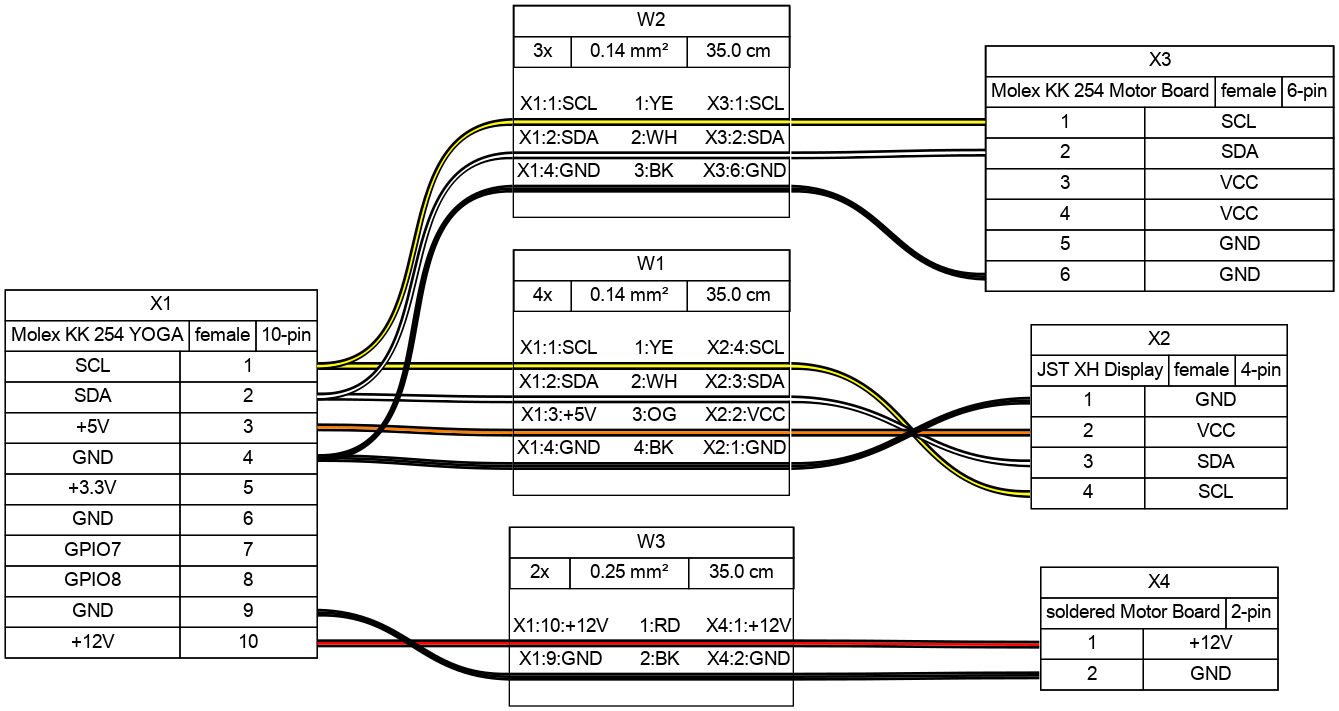
Earlier version of the Graphviz export YOGA_GPIB/Doc/expansion-conn.png (mschwingen/hardware). Its source is kept beside it as YOGA_GPIB/Doc/expansion-conn.gv. Its diagram source:
```dot
graph {
	graph [bgcolor="#FFFFFF" fontname=arial nodesep=0.33 rankdir=LR ranksep=2]
	node [fillcolor="#FFFFFF" fontname=arial height=0 margin=0 shape=none style=filled width=0]
	edge [fontname=arial style=bold]
	X1 [label=<
<table border="0" cellspacing="0" cellpadding="0">
 <tr><td>
  <table border="0" cellspacing="0" cellpadding="3" cellborder="1"><tr>
   <td balign="left">X1</td>
  </tr></table>
 </td></tr>
 <tr><td>
  <table border="0" cellspacing="0" cellpadding="3" cellborder="1"><tr>
   <td balign="left">Molex KK 254 YOGA</td>
   <td balign="left">female</td>
   <td balign="left">10-pin</td>
  </tr></table>
 </td></tr>
 <tr><td>
  <table border="0" cellspacing="0" cellpadding="3" cellborder="1">
   <tr>
    <td>SCL</td>
    <td port="p1r">1</td>
   </tr>
   <tr>
    <td>SDA</td>
    <td port="p2r">2</td>
   </tr>
   <tr>
    <td>+5V</td>
    <td port="p3r">3</td>
   </tr>
   <tr>
    <td>GND</td>
    <td port="p4r">4</td>
   </tr>
   <tr>
    <td>+3.3V</td>
    <td port="p5r">5</td>
   </tr>
   <tr>
    <td>GND</td>
    <td port="p6r">6</td>
   </tr>
   <tr>
    <td>GPIO7</td>
    <td port="p7r">7</td>
   </tr>
   <tr>
    <td>GPIO8</td>
    <td port="p8r">8</td>
   </tr>
   <tr>
    <td>GND</td>
    <td port="p9r">9</td>
   </tr>
   <tr>
    <td>+12V</td>
    <td port="p10r">10</td>
   </tr>
  </table>
 </td></tr>
</table>
> fillcolor="#FFFFFF" shape=box style=filled]
	X2 [label=<
<table border="0" cellspacing="0" cellpadding="0">
 <tr><td>
  <table border="0" cellspacing="0" cellpadding="3" cellborder="1"><tr>
   <td balign="left">X2</td>
  </tr></table>
 </td></tr>
 <tr><td>
  <table border="0" cellspacing="0" cellpadding="3" cellborder="1"><tr>
   <td balign="left">JST XH Display</td>
   <td balign="left">female</td>
   <td balign="left">4-pin</td>
  </tr></table>
 </td></tr>
 <tr><td>
  <table border="0" cellspacing="0" cellpadding="3" cellborder="1">
   <tr>
    <td port="p1l">1</td>
    <td>GND</td>
   </tr>
   <tr>
    <td port="p2l">2</td>
    <td>VCC</td>
   </tr>
   <tr>
    <td port="p3l">3</td>
    <td>SDA</td>
   </tr>
   <tr>
    <td port="p4l">4</td>
    <td>SCL</td>
   </tr>
  </table>
 </td></tr>
</table>
> fillcolor="#FFFFFF" shape=box style=filled]
	X3 [label=<
<table border="0" cellspacing="0" cellpadding="0">
 <tr><td>
  <table border="0" cellspacing="0" cellpadding="3" cellborder="1"><tr>
   <td balign="left">X3</td>
  </tr></table>
 </td></tr>
 <tr><td>
  <table border="0" cellspacing="0" cellpadding="3" cellborder="1"><tr>
   <td balign="left">Molex KK 254 Motor Board</td>
   <td balign="left">female</td>
   <td balign="left">6-pin</td>
  </tr></table>
 </td></tr>
 <tr><td>
  <table border="0" cellspacing="0" cellpadding="3" cellborder="1">
   <tr>
    <td port="p1l">1</td>
    <td>SCL</td>
   </tr>
   <tr>
    <td port="p2l">2</td>
    <td>SDA</td>
   </tr>
   <tr>
    <td port="p3l">3</td>
    <td>VCC</td>
   </tr>
   <tr>
    <td port="p4l">4</td>
    <td>VCC</td>
   </tr>
   <tr>
    <td port="p5l">5</td>
    <td>GND</td>
   </tr>
   <tr>
    <td port="p6l">6</td>
    <td>GND</td>
   </tr>
  </table>
 </td></tr>
</table>
> fillcolor="#FFFFFF" shape=box style=filled]
	X4 [label=<
<table border="0" cellspacing="0" cellpadding="0">
 <tr><td>
  <table border="0" cellspacing="0" cellpadding="3" cellborder="1"><tr>
   <td balign="left">X4</td>
  </tr></table>
 </td></tr>
 <tr><td>
  <table border="0" cellspacing="0" cellpadding="3" cellborder="1"><tr>
   <td balign="left">soldered Motor Board</td>
   <td balign="left">2-pin</td>
  </tr></table>
 </td></tr>
 <tr><td>
  <table border="0" cellspacing="0" cellpadding="3" cellborder="1">
   <tr>
    <td port="p1l">1</td>
    <td>+12V</td>
   </tr>
   <tr>
    <td port="p2l">2</td>
    <td>GND</td>
   </tr>
  </table>
 </td></tr>
</table>
> fillcolor="#FFFFFF" shape=box style=filled]
	edge [color="#000000:#ffff00:#000000"]
	X1:p1r:e -- W1:w1:w
	W1:w1:e -- X2:p4l:w
	edge [color="#000000:#ffffff:#000000"]
	X1:p2r:e -- W1:w2:w
	W1:w2:e -- X2:p3l:w
	edge [color="#000000:#ff8000:#000000"]
	X1:p3r:e -- W1:w3:w
	W1:w3:e -- X2:p2l:w
	edge [color="#000000:#000000:#000000"]
	X1:p4r:e -- W1:w4:w
	W1:w4:e -- X2:p1l:w
	W1 [label=<
<table border="0" cellspacing="0" cellpadding="0">
 <tr><td>
  <table border="0" cellspacing="0" cellpadding="3" cellborder="1"><tr>
   <td balign="left">W1</td>
  </tr></table>
 </td></tr>
 <tr><td>
  <table border="0" cellspacing="0" cellpadding="3" cellborder="1"><tr>
   <td balign="left">4x</td>
   <td balign="left">0.14 mm²</td>
   <td balign="left">35.0 cm</td>
  </tr></table>
 </td></tr>
 <tr><td>
  <table border="0" cellspacing="0" cellborder="0">
   <tr><td>&nbsp;</td></tr>
   <tr>
    <td>X1:1:SCL</td>
    <td>
     1:YE
    </td>
    <td>X2:4:SCL</td>
   </tr>
   <tr>
    <td colspan="3" border="0" cellspacing="0" cellpadding="0" port="w1" height="6">
     <table cellspacing="0" cellborder="0" border="0">
      <tr><td colspan="3" cellpadding="0" height="2" bgcolor="#000000" border="0"></td></tr>
      <tr><td colspan="3" cellpadding="0" height="2" bgcolor="#ffff00" border="0"></td></tr>
      <tr><td colspan="3" cellpadding="0" height="2" bgcolor="#000000" border="0"></td></tr>
     </table>
    </td>
   </tr>
   <tr>
    <td>X1:2:SDA</td>
    <td>
     2:WH
    </td>
    <td>X2:3:SDA</td>
   </tr>
   <tr>
    <td colspan="3" border="0" cellspacing="0" cellpadding="0" port="w2" height="6">
     <table cellspacing="0" cellborder="0" border="0">
      <tr><td colspan="3" cellpadding="0" height="2" bgcolor="#000000" border="0"></td></tr>
      <tr><td colspan="3" cellpadding="0" height="2" bgcolor="#ffffff" border="0"></td></tr>
      <tr><td colspan="3" cellpadding="0" height="2" bgcolor="#000000" border="0"></td></tr>
     </table>
    </td>
   </tr>
   <tr>
    <td>X1:3:+5V</td>
    <td>
     3:OG
    </td>
    <td>X2:2:VCC</td>
   </tr>
   <tr>
    <td colspan="3" border="0" cellspacing="0" cellpadding="0" port="w3" height="6">
     <table cellspacing="0" cellborder="0" border="0">
      <tr><td colspan="3" cellpadding="0" height="2" bgcolor="#000000" border="0"></td></tr>
      <tr><td colspan="3" cellpadding="0" height="2" bgcolor="#ff8000" border="0"></td></tr>
      <tr><td colspan="3" cellpadding="0" height="2" bgcolor="#000000" border="0"></td></tr>
     </table>
    </td>
   </tr>
   <tr>
    <td>X1:4:GND</td>
    <td>
     4:BK
    </td>
    <td>X2:1:GND</td>
   </tr>
   <tr>
    <td colspan="3" border="0" cellspacing="0" cellpadding="0" port="w4" height="6">
     <table cellspacing="0" cellborder="0" border="0">
      <tr><td colspan="3" cellpadding="0" height="2" bgcolor="#000000" border="0"></td></tr>
      <tr><td colspan="3" cellpadding="0" height="2" bgcolor="#000000" border="0"></td></tr>
      <tr><td colspan="3" cellpadding="0" height="2" bgcolor="#000000" border="0"></td></tr>
     </table>
    </td>
   </tr>
   <tr><td>&nbsp;</td></tr>
  </table>
 </td></tr>
</table>
> fillcolor="#FFFFFF" shape=box style=filled]
	edge [color="#000000:#ffff00:#000000"]
	X1:p1r:e -- W2:w1:w
	W2:w1:e -- X3:p1l:w
	edge [color="#000000:#ffffff:#000000"]
	X1:p2r:e -- W2:w2:w
	W2:w2:e -- X3:p2l:w
	edge [color="#000000:#000000:#000000"]
	X1:p4r:e -- W2:w3:w
	W2:w3:e -- X3:p6l:w
	W2 [label=<
<table border="0" cellspacing="0" cellpadding="0">
 <tr><td>
  <table border="0" cellspacing="0" cellpadding="3" cellborder="1"><tr>
   <td balign="left">W2</td>
  </tr></table>
 </td></tr>
 <tr><td>
  <table border="0" cellspacing="0" cellpadding="3" cellborder="1"><tr>
   <td balign="left">3x</td>
   <td balign="left">0.14 mm²</td>
   <td balign="left">35.0 cm</td>
  </tr></table>
 </td></tr>
 <tr><td>
  <table border="0" cellspacing="0" cellborder="0">
   <tr><td>&nbsp;</td></tr>
   <tr>
    <td>X1:1:SCL</td>
    <td>
     1:YE
    </td>
    <td>X3:1:SCL</td>
   </tr>
   <tr>
    <td colspan="3" border="0" cellspacing="0" cellpadding="0" port="w1" height="6">
     <table cellspacing="0" cellborder="0" border="0">
      <tr><td colspan="3" cellpadding="0" height="2" bgcolor="#000000" border="0"></td></tr>
      <tr><td colspan="3" cellpadding="0" height="2" bgcolor="#ffff00" border="0"></td></tr>
      <tr><td colspan="3" cellpadding="0" height="2" bgcolor="#000000" border="0"></td></tr>
     </table>
    </td>
   </tr>
   <tr>
    <td>X1:2:SDA</td>
    <td>
     2:WH
    </td>
    <td>X3:2:SDA</td>
   </tr>
   <tr>
    <td colspan="3" border="0" cellspacing="0" cellpadding="0" port="w2" height="6">
     <table cellspacing="0" cellborder="0" border="0">
      <tr><td colspan="3" cellpadding="0" height="2" bgcolor="#000000" border="0"></td></tr>
      <tr><td colspan="3" cellpadding="0" height="2" bgcolor="#ffffff" border="0"></td></tr>
      <tr><td colspan="3" cellpadding="0" height="2" bgcolor="#000000" border="0"></td></tr>
     </table>
    </td>
   </tr>
   <tr>
    <td>X1:4:GND</td>
    <td>
     3:BK
    </td>
    <td>X3:6:GND</td>
   </tr>
   <tr>
    <td colspan="3" border="0" cellspacing="0" cellpadding="0" port="w3" height="6">
     <table cellspacing="0" cellborder="0" border="0">
      <tr><td colspan="3" cellpadding="0" height="2" bgcolor="#000000" border="0"></td></tr>
      <tr><td colspan="3" cellpadding="0" height="2" bgcolor="#000000" border="0"></td></tr>
      <tr><td colspan="3" cellpadding="0" height="2" bgcolor="#000000" border="0"></td></tr>
     </table>
    </td>
   </tr>
   <tr><td>&nbsp;</td></tr>
  </table>
 </td></tr>
</table>
> fillcolor="#FFFFFF" shape=box style=filled]
	edge [color="#000000:#ff0000:#000000"]
	X1:p10r:e -- W3:w1:w
	W3:w1:e -- X4:p1l:w
	edge [color="#000000:#000000:#000000"]
	X1:p9r:e -- W3:w2:w
	W3:w2:e -- X4:p2l:w
	W3 [label=<
<table border="0" cellspacing="0" cellpadding="0">
 <tr><td>
  <table border="0" cellspacing="0" cellpadding="3" cellborder="1"><tr>
   <td balign="left">W3</td>
  </tr></table>
 </td></tr>
 <tr><td>
  <table border="0" cellspacing="0" cellpadding="3" cellborder="1"><tr>
   <td balign="left">2x</td>
   <td balign="left">0.25 mm²</td>
   <td balign="left">35.0 cm</td>
  </tr></table>
 </td></tr>
 <tr><td>
  <table border="0" cellspacing="0" cellborder="0">
   <tr><td>&nbsp;</td></tr>
   <tr>
    <td>X1:10:+12V</td>
    <td>
     1:RD
    </td>
    <td>X4:1:+12V</td>
   </tr>
   <tr>
    <td colspan="3" border="0" cellspacing="0" cellpadding="0" port="w1" height="6">
     <table cellspacing="0" cellborder="0" border="0">
      <tr><td colspan="3" cellpadding="0" height="2" bgcolor="#000000" border="0"></td></tr>
      <tr><td colspan="3" cellpadding="0" height="2" bgcolor="#ff0000" border="0"></td></tr>
      <tr><td colspan="3" cellpadding="0" height="2" bgcolor="#000000" border="0"></td></tr>
     </table>
    </td>
   </tr>
   <tr>
    <td>X1:9:GND</td>
    <td>
     2:BK
    </td>
    <td>X4:2:GND</td>
   </tr>
   <tr>
    <td colspan="3" border="0" cellspacing="0" cellpadding="0" port="w2" height="6">
     <table cellspacing="0" cellborder="0" border="0">
      <tr><td colspan="3" cellpadding="0" height="2" bgcolor="#000000" border="0"></td></tr>
      <tr><td colspan="3" cellpadding="0" height="2" bgcolor="#000000" border="0"></td></tr>
      <tr><td colspan="3" cellpadding="0" height="2" bgcolor="#000000" border="0"></td></tr>
     </table>
    </td>
   </tr>
   <tr><td>&nbsp;</td></tr>
  </table>
 </td></tr>
</table>
> fillcolor="#FFFFFF" shape=box style=filled]
}
```
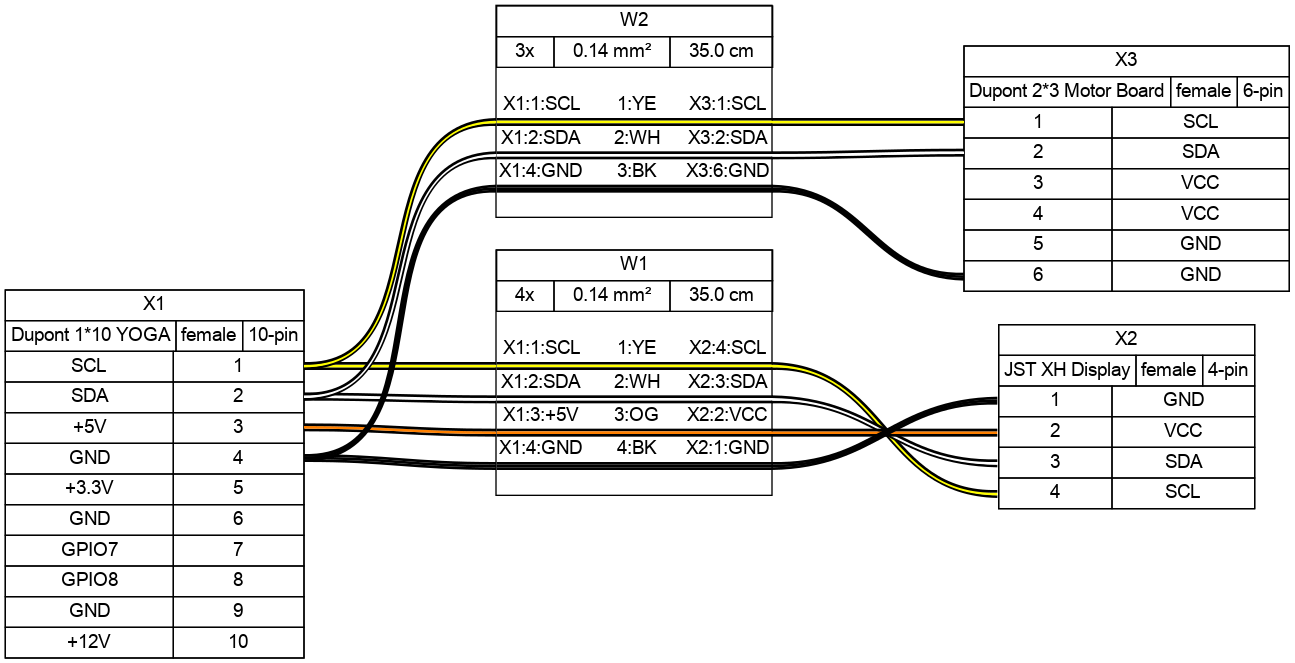
Above is the later version.

What changed in the source:
```diff
@@ -11,7 +11,7 @@
  </td></tr>
  <tr><td>
   <table border="0" cellspacing="0" cellpadding="3" cellborder="1"><tr>
-   <td balign="left">Molex KK 254 YOGA</td>
+   <td balign="left">Dupont 1*10 YOGA</td>
    <td balign="left">female</td>
    <td balign="left">10-pin</td>
   </tr></table>
@@ -107,7 +107,7 @@
  </td></tr>
  <tr><td>
   <table border="0" cellspacing="0" cellpadding="3" cellborder="1"><tr>
-   <td balign="left">Molex KK 254 Motor Board</td>
+   <td balign="left">Dupont 2*3 Motor Board</td>
    <td balign="left">female</td>
    <td balign="left">6-pin</td>
   </tr></table>
@@ -136,33 +136,6 @@
    </tr>
    <tr>
     <td port="p6l">6</td>
-    <td>GND</td>
-   </tr>
-  </table>
- </td></tr>
-</table>
-> fillcolor="#FFFFFF" shape=box style=filled]
-	X4 [label=<
-<table border="0" cellspacing="0" cellpadding="0">
- <tr><td>
-  <table border="0" cellspacing="0" cellpadding="3" cellborder="1"><tr>
-   <td balign="left">X4</td>
-  </tr></table>
- </td></tr>
- <tr><td>
-  <table border="0" cellspacing="0" cellpadding="3" cellborder="1"><tr>
-   <td balign="left">soldered Motor Board</td>
-   <td balign="left">2-pin</td>
-  </tr></table>
- </td></tr>
- <tr><td>
-  <table border="0" cellspacing="0" cellpadding="3" cellborder="1">
-   <tr>
-    <td port="p1l">1</td>
-    <td>+12V</td>
-   </tr>
-   <tr>
-    <td port="p2l">2</td>
     <td>GND</td>
    </tr>
   </table>
@@ -346,64 +319,4 @@
  </td></tr>
 </table>
 > fillcolor="#FFFFFF" shape=box style=filled]
-	edge [color="#000000:#ff0000:#000000"]
-	X1:p10r:e -- W3:w1:w
-	W3:w1:e -- X4:p1l:w
-	edge [color="#000000:#000000:#000000"]
-	X1:p9r:e -- W3:w2:w
-	W3:w2:e -- X4:p2l:w
-	W3 [label=<
-<table border="0" cellspacing="0" cellpadding="0">
- <tr><td>
-  <table border="0" cellspacing="0" cellpadding="3" cellborder="1"><tr>
-   <td balign="left">W3</td>
-  </tr></table>
- </td></tr>
- <tr><td>
-  <table border="0" cellspacing="0" cellpadding="3" cellborder="1"><tr>
-   <td balign="left">2x</td>
-   <td balign="left">0.25 mm²</td>
-   <td balign="left">35.0 cm</td>
-  </tr></table>
- </td></tr>
- <tr><td>
-  <table border="0" cellspacing="0" cellborder="0">
-   <tr><td>&nbsp;</td></tr>
-   <tr>
-    <td>X1:10:+12V</td>
-    <td>
-     1:RD
-    </td>
-    <td>X4:1:+12V</td>
-   </tr>
-   <tr>
-    <td colspan="3" border="0" cellspacing="0" cellpadding="0" port="w1" height="6">
-     <table cellspacing="0" cellborder="0" border="0">
-      <tr><td colspan="3" cellpadding="0" height="2" bgcolor="#000000" border="0"></td></tr>
-      <tr><td colspan="3" cellpadding="0" height="2" bgcolor="#ff0000" border="0"></td></tr>
-      <tr><td colspan="3" cellpadding="0" height="2" bgcolor="#000000" border="0"></td></tr>
-     </table>
-    </td>
-   </tr>
-   <tr>
-    <td>X1:9:GND</td>
-    <td>
-     2:BK
-    </td>
-    <td>X4:2:GND</td>
-   </tr>
-   <tr>
-    <td colspan="3" border="0" cellspacing="0" cellpadding="0" port="w2" height="6">
-     <table cellspacing="0" cellborder="0" border="0">
-      <tr><td colspan="3" cellpadding="0" height="2" bgcolor="#000000" border="0"></td></tr>
-      <tr><td colspan="3" cellpadding="0" height="2" bgcolor="#000000" border="0"></td></tr>
-      <tr><td colspan="3" cellpadding="0" height="2" bgcolor="#000000" border="0"></td></tr>
-     </table>
-    </td>
-   </tr>
-   <tr><td>&nbsp;</td></tr>
-  </table>
- </td></tr>
-</table>
-> fillcolor="#FFFFFF" shape=box style=filled]
 }
```
